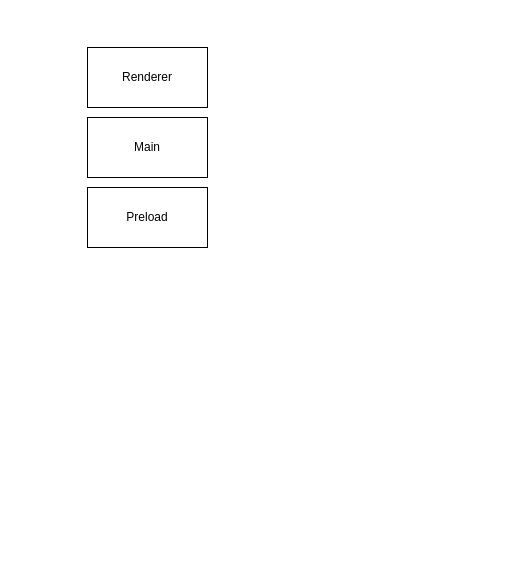
Above: page "Architecture" (3 of 5) of MetaMake.drawio in SaNuelson/MetaMake (draw.io), before the change. Source tidied: cells renumbered, new cells numbered last; positions are measured from the earlier drawing's top-left corner, leaving out a move shared by most shapes. Both pictures are drawn from the tidied source at 100%, with x=0, y=0 at pixel (87, 47).
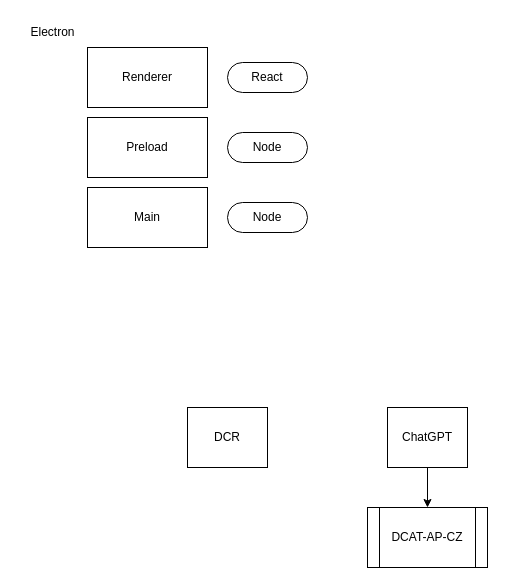
After the change.

The edit, as a diff of the source:
```diff
@@
 <mxGraphModel>
   <root>
     <mxCell id="0" />
     <mxCell id="1" parent="0" />
     <mxCell id="2" value="Preload" style="rounded=0;whiteSpace=wrap;html=1;" parent="1" vertex="1">
-      <mxGeometry y="140" width="120" height="60" as="geometry" />
+      <mxGeometry y="70" width="120" height="60" as="geometry" />
     </mxCell>
     <mxCell id="3" value="Main" style="rounded=0;whiteSpace=wrap;html=1;" parent="1" vertex="1">
-      <mxGeometry y="70" width="120" height="60" as="geometry" />
+      <mxGeometry y="140" width="120" height="60" as="geometry" />
     </mxCell>
     <mxCell id="4" value="Renderer" style="rounded=0;whiteSpace=wrap;html=1;" parent="1" vertex="1">
       <mxGeometry width="120" height="60" as="geometry" />
     </mxCell>
+    <mxCell id="5" value="Electron" style="text;html=1;align=center;verticalAlign=middle;strokeColor=none;fillColor=none;" parent="1" vertex="1">
+      <mxGeometry x="-70" y="-30" width="70" height="30" as="geometry" />
+    </mxCell>
+    <mxCell id="6" value="React" style="rounded=1;whiteSpace=wrap;html=1;arcSize=50;" parent="1" vertex="1">
+      <mxGeometry x="140" y="15" width="80" height="30" as="geometry" />
+    </mxCell>
+    <mxCell id="7" value="Node" style="rounded=1;whiteSpace=wrap;html=1;arcSize=50;" parent="1" vertex="1">
+      <mxGeometry x="140" y="85" width="80" height="30" as="geometry" />
+    </mxCell>
+    <mxCell id="8" value="Node" style="rounded=1;whiteSpace=wrap;html=1;arcSize=50;" parent="1" vertex="1">
+      <mxGeometry x="140" y="155" width="80" height="30" as="geometry" />
+    </mxCell>
+    <mxCell id="9" style="edgeStyle=orthogonalEdgeStyle;rounded=0;jettySize=auto;html=1;exitX=0.5;exitY=1;exitDx=0;exitDy=0;entryX=0.5;entryY=0;entryDx=0;entryDy=0;" parent="1" edge="1" source="10" target="12">
+      <mxGeometry relative="1" as="geometry" />
+    </mxCell>
+    <mxCell id="10" value="ChatGPT" style="rounded=0;whiteSpace=wrap;html=1;" parent="1" vertex="1">
+      <mxGeometry x="300" y="360" width="80" height="60" as="geometry" />
+    </mxCell>
+    <mxCell id="11" value="DCR" style="rounded=0;whiteSpace=wrap;html=1;" parent="1" vertex="1">
+      <mxGeometry x="100" y="360" width="80" height="60" as="geometry" />
+    </mxCell>
+    <mxCell id="12" value="DCAT-AP-CZ" style="shape=process;whiteSpace=wrap;html=1;backgroundOutline=1;" parent="1" vertex="1">
+      <mxGeometry x="280" y="460" width="120" height="60" as="geometry" />
+    </mxCell>
   </root>
 </mxGraphModel>
```
